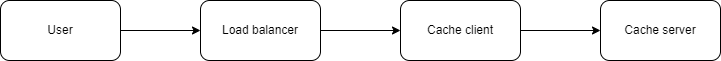
Above: img/system-design/distributed-cache1.png in riehseun/riehseun.github.io (draw.io), before the change. Source tidied: cells renumbered, new cells last; positions are measured from the earlier drawing's top-left corner, leaving out a move shared by most shapes.
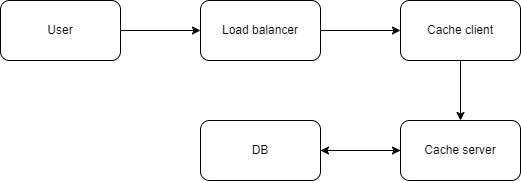
Above is the later version.

Change to the diagram source:
```diff
@@ -14,14 +14,23 @@
     <mxCell id="5" value="Load balancer" style="rounded=1;whiteSpace=wrap;html=1;" parent="1" vertex="1">
       <mxGeometry x="200" width="120" height="60" as="geometry" />
     </mxCell>
-    <mxCell id="6" style="edgeStyle=orthogonalEdgeStyle;rounded=0;jettySize=auto;html=1;exitX=1;exitY=0.5;exitDx=0;exitDy=0;entryX=0;entryY=0.5;entryDx=0;entryDy=0;" parent="1" edge="1" source="7" target="8">
+    <mxCell id="6" style="edgeStyle=orthogonalEdgeStyle;rounded=0;jettySize=auto;html=1;exitX=0.5;exitY=1;exitDx=0;exitDy=0;" parent="1" edge="1" source="7" target="8">
       <mxGeometry relative="1" as="geometry" />
     </mxCell>
     <mxCell id="7" value="Cache client" style="rounded=1;whiteSpace=wrap;html=1;" parent="1" vertex="1">
       <mxGeometry x="400" width="120" height="60" as="geometry" />
     </mxCell>
+    <mxCell id="9" style="edgeStyle=orthogonalEdgeStyle;rounded=0;jettySize=auto;html=1;exitX=0;exitY=0.5;exitDx=0;exitDy=0;" parent="1" edge="1" source="8" target="11">
+      <mxGeometry relative="1" as="geometry" />
+    </mxCell>
     <mxCell id="8" value="Cache server" style="rounded=1;whiteSpace=wrap;html=1;" parent="1" vertex="1">
-      <mxGeometry x="600" width="120" height="60" as="geometry" />
+      <mxGeometry x="400" y="120" width="120" height="60" as="geometry" />
     </mxCell>
+    <mxCell id="10" style="edgeStyle=orthogonalEdgeStyle;rounded=0;jettySize=auto;html=1;exitX=1;exitY=0.5;exitDx=0;exitDy=0;entryX=0;entryY=0.5;entryDx=0;entryDy=0;" parent="1" edge="1" source="11" target="8">
+      <mxGeometry relative="1" as="geometry" />
+    </mxCell>
+    <mxCell id="11" value="DB" style="rounded=1;whiteSpace=wrap;html=1;" parent="1" vertex="1">
+      <mxGeometry x="200" y="120" width="120" height="60" as="geometry" />
+    </mxCell>
   </root>
 </mxGraphModel>
```
